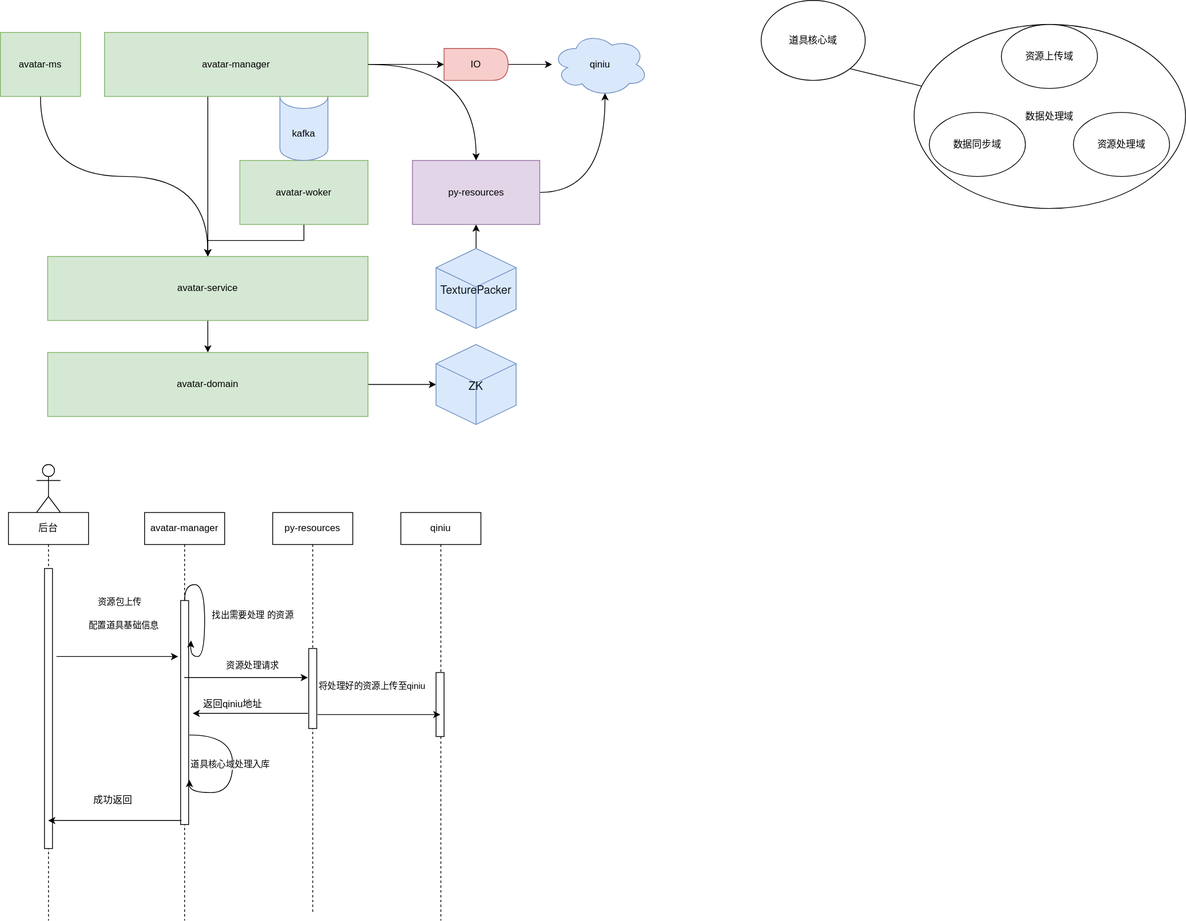
Before: avatar_conf_tool.drawio.svg, a diagram exported from draw.io (fsdmp/diagrams). Source tidied: cells renumbered, new cells last; positions are measured from the earlier drawing's top-left corner, leaving out a move shared by most shapes.
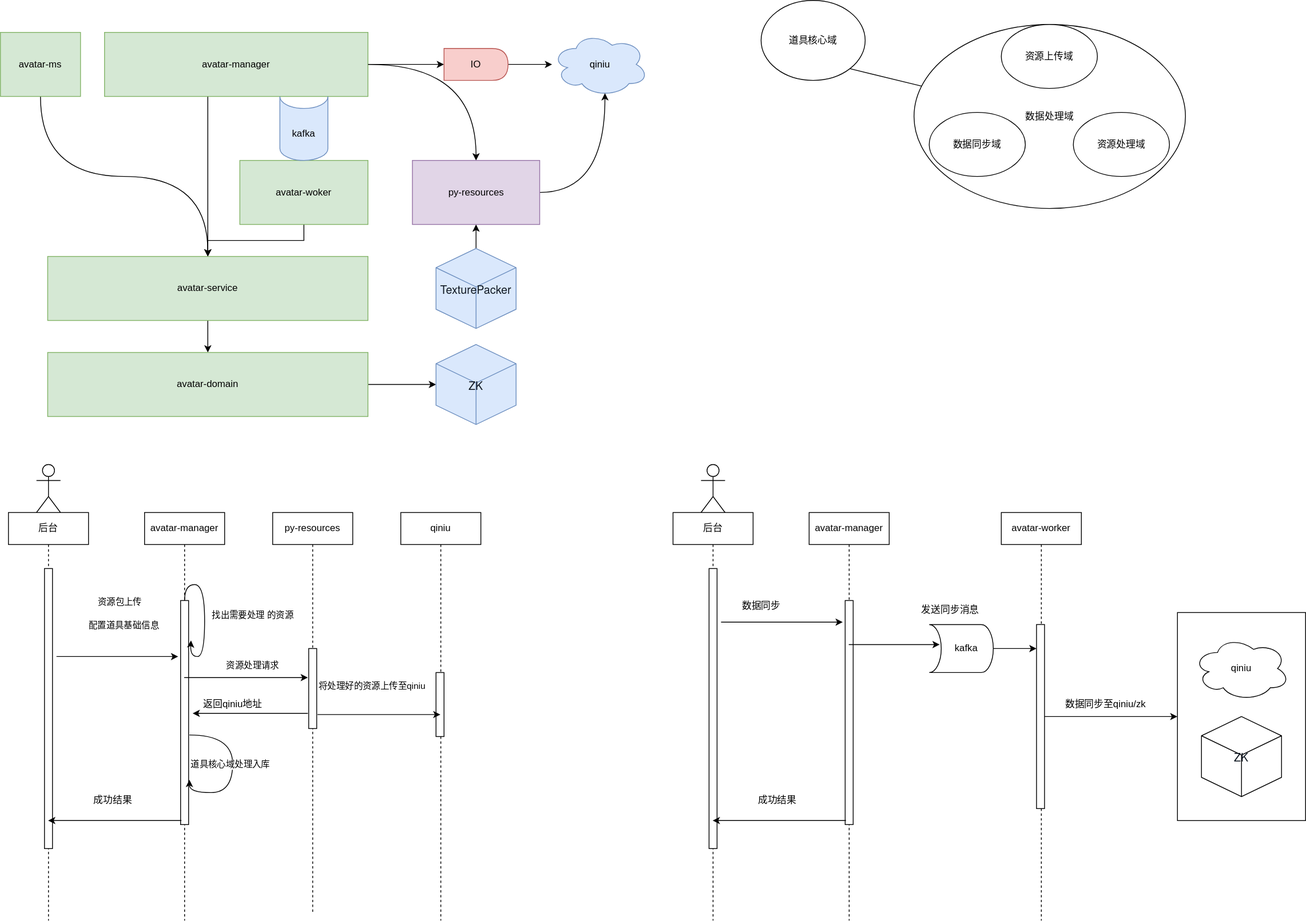
The same file after the commit.

Change to the diagram source:
```diff
@@ -182,8 +182,76 @@
     <mxCell id="51" style="endArrow=classic;html=1;rounded=0;strokeWidth=1;curved=1;elbow=vertical;exitX=0.1;exitY=0.982;exitDx=0;exitDy=0;exitPerimeter=0;" parent="1" edge="1" source="32" target="29">
       <mxGeometry relative="1" as="geometry" />
     </mxCell>
-    <mxCell id="52" value="成功返回" style="text;html=1;align=center;verticalAlign=middle;strokeColor=none;fillColor=none;" parent="1" vertex="1">
+    <mxCell id="52" value="成功结果" style="text;html=1;align=center;verticalAlign=middle;strokeColor=none;fillColor=none;" parent="1" vertex="1">
       <mxGeometry x="110" y="990" width="60" height="20" as="geometry" />
     </mxCell>
+    <mxCell id="53" value="后台" style="shape=umlLifeline;perimeter=lifelinePerimeter;whiteSpace=wrap;html=1;outlineConnect=0;verticalAlign=middle;" parent="1" vertex="1">
+      <mxGeometry x="840" y="640" width="100" height="510" as="geometry" />
+    </mxCell>
+    <mxCell id="54" style="html=1;perimeter=orthogonalPerimeter;verticalAlign=middle;" parent="53" vertex="1">
+      <mxGeometry x="45" y="70" width="10" height="350" as="geometry" />
+    </mxCell>
+    <mxCell id="55" value="avatar-manager" style="shape=umlLifeline;perimeter=lifelinePerimeter;whiteSpace=wrap;html=1;outlineConnect=0;verticalAlign=middle;" parent="1" vertex="1">
+      <mxGeometry x="1010" y="640" width="100" height="510" as="geometry" />
+    </mxCell>
+    <mxCell id="56" style="html=1;points=[];perimeter=orthogonalPerimeter;verticalAlign=middle;" parent="55" vertex="1">
+      <mxGeometry x="45" y="110" width="10" height="280" as="geometry" />
+    </mxCell>
+    <mxCell id="57" style="shape=umlActor;verticalLabelPosition=bottom;verticalAlign=top;html=1;" parent="1" vertex="1">
+      <mxGeometry x="875" y="580" width="30" height="60" as="geometry" />
+    </mxCell>
+    <mxCell id="58" style="edgeStyle=orthogonalEdgeStyle;curved=1;rounded=0;orthogonalLoop=1;jettySize=auto;html=1;entryX=-0.3;entryY=0.25;entryDx=0;entryDy=0;entryPerimeter=0;strokeWidth=1;elbow=vertical;" parent="1" edge="1">
+      <mxGeometry relative="1" as="geometry">
+        <mxPoint x="900" y="777" as="sourcePoint" />
+        <mxPoint x="1052" y="777" as="targetPoint" />
+      </mxGeometry>
+    </mxCell>
+    <mxCell id="59" style="endArrow=classic;html=1;rounded=0;strokeWidth=1;curved=1;elbow=vertical;exitX=0.1;exitY=0.982;exitDx=0;exitDy=0;exitPerimeter=0;" parent="1" edge="1" source="56" target="53">
+      <mxGeometry relative="1" as="geometry" />
+    </mxCell>
+    <mxCell id="60" value="成功结果" style="text;html=1;align=center;verticalAlign=middle;strokeColor=none;fillColor=none;" parent="1" vertex="1">
+      <mxGeometry x="940" y="990" width="60" height="20" as="geometry" />
+    </mxCell>
+    <mxCell id="61" value="数据同步" style="text;html=1;align=center;verticalAlign=middle;strokeColor=none;fillColor=none;" parent="1" vertex="1">
+      <mxGeometry x="920" y="747" width="60" height="20" as="geometry" />
+    </mxCell>
+    <mxCell id="62" style="edgeStyle=orthogonalEdgeStyle;curved=1;rounded=0;jettySize=auto;html=1;strokeWidth=1;elbow=vertical;" parent="1" edge="1" source="63" target="67">
+      <mxGeometry relative="1" as="geometry">
+        <Array as="points">
+          <mxPoint x="1290" y="810" />
+          <mxPoint x="1290" y="810" />
+        </Array>
+      </mxGeometry>
+    </mxCell>
+    <mxCell id="63" value="kafka" style="shape=cylinder3;whiteSpace=wrap;html=1;boundedLbl=1;backgroundOutline=1;size=15;lid=0;direction=north;" parent="1" vertex="1">
+      <mxGeometry x="1160" y="780" width="80" height="60" as="geometry" />
+    </mxCell>
+    <mxCell id="64" style="endArrow=classic;html=1;rounded=0;strokeWidth=1;curved=1;elbow=vertical;entryX=0.583;entryY=0.163;entryDx=0;entryDy=0;entryPerimeter=0;" parent="1" edge="1" source="55" target="63">
+      <mxGeometry relative="1" as="geometry" />
+    </mxCell>
+    <mxCell id="65" value="发送同步消息" style="text;html=1;align=center;verticalAlign=middle;strokeColor=none;fillColor=none;" parent="1" vertex="1">
+      <mxGeometry x="1141" y="752" width="90" height="20" as="geometry" />
+    </mxCell>
+    <mxCell id="66" value="avatar-worker" style="shape=umlLifeline;perimeter=lifelinePerimeter;whiteSpace=wrap;html=1;verticalAlign=middle;" parent="1" vertex="1">
+      <mxGeometry x="1250" y="640" width="100" height="510" as="geometry" />
+    </mxCell>
+    <mxCell id="67" style="html=1;points=[];perimeter=orthogonalPerimeter;verticalAlign=middle;" parent="66" vertex="1">
+      <mxGeometry x="44" y="140" width="10" height="230" as="geometry" />
+    </mxCell>
+    <mxCell id="68" style="rounded=0;whiteSpace=wrap;html=1;verticalAlign=middle;" parent="1" vertex="1">
+      <mxGeometry x="1470" y="765" width="160" height="260" as="geometry" />
+    </mxCell>
+    <mxCell id="69" value="&lt;p class=&quot;p1&quot; style=&quot;margin: 0px ; font-stretch: normal ; font-size: 14px ; line-height: normal ; font-family: &amp;#34;helvetica neue&amp;#34; ; color: rgb(15 , 23 , 33)&quot;&gt;ZK&lt;/p&gt;" style="whiteSpace=wrap;html=1;shape=mxgraph.basic.isocube;isoAngle=15;" parent="1" vertex="1">
+      <mxGeometry x="1500" y="895" width="100" height="100" as="geometry" />
+    </mxCell>
+    <mxCell id="70" value="qiniu" style="ellipse;shape=cloud;whiteSpace=wrap;html=1;" parent="1" vertex="1">
+      <mxGeometry x="1490" y="795" width="120" height="80" as="geometry" />
+    </mxCell>
+    <mxCell id="71" style="edgeStyle=orthogonalEdgeStyle;curved=1;rounded=0;jettySize=auto;html=1;strokeWidth=1;elbow=vertical;entryX=0;entryY=0.5;entryDx=0;entryDy=0;" parent="1" edge="1" source="67" target="68">
+      <mxGeometry relative="1" as="geometry" />
+    </mxCell>
+    <mxCell id="72" value="数据同步至qiniu/zk" style="text;html=1;align=center;verticalAlign=middle;strokeColor=none;fillColor=none;" parent="1" vertex="1">
+      <mxGeometry x="1320" y="870" width="120" height="20" as="geometry" />
+    </mxCell>
   </root>
 </mxGraphModel>
```
